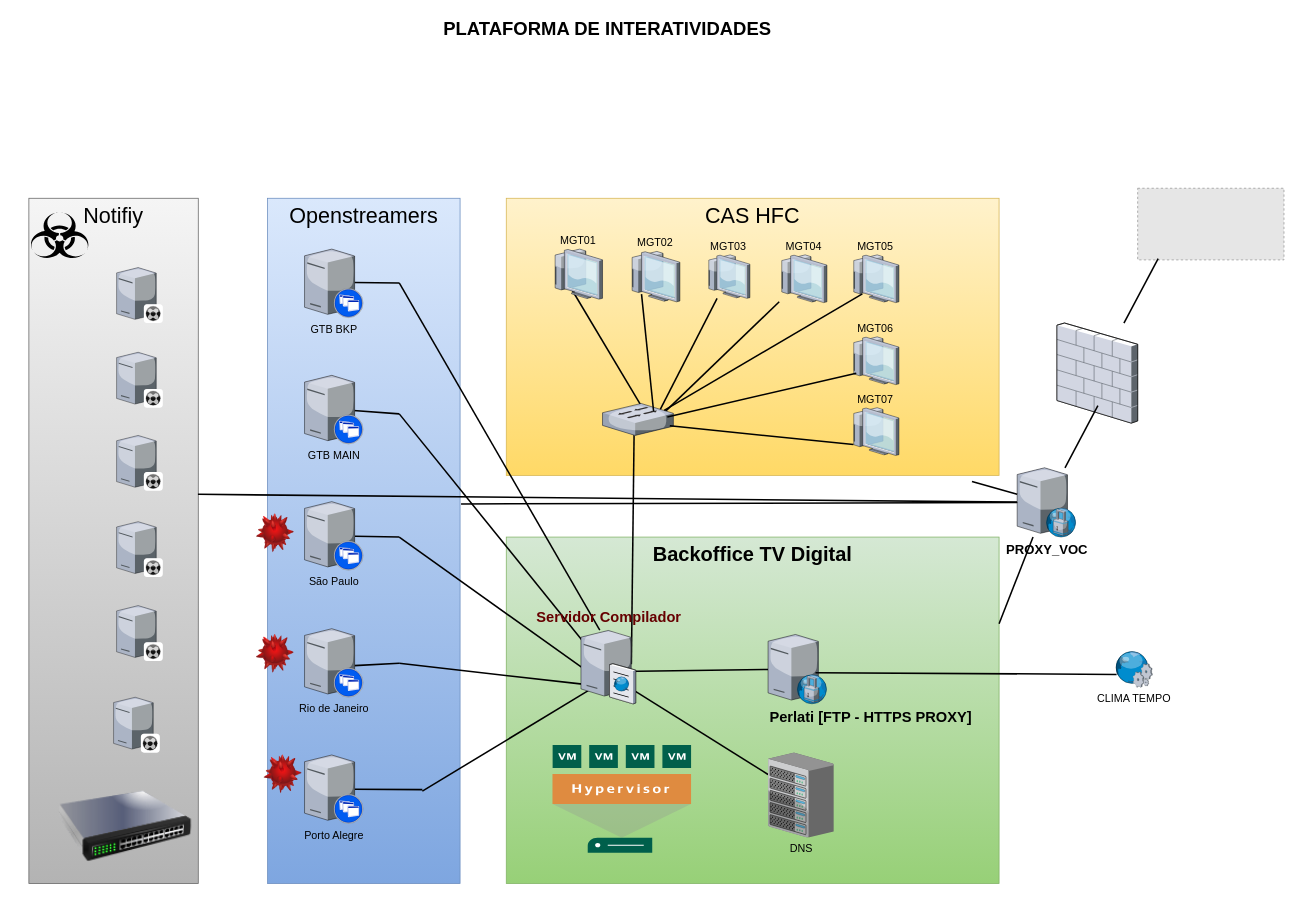
Before: Diagrama sem Interatividades.drawio in eloyx3x/Diagramas, a draw.io diagram. Source tidied: cells renumbered, new cells numbered last; positions are measured from the earlier drawing's top-left corner, leaving out a move shared by most shapes. Both pictures are drawn from the tidied source at 77%, with x=0, y=0 at pixel (28, 13). Pictures stored in the file or linked from it are replaced by grey dashed boxes.
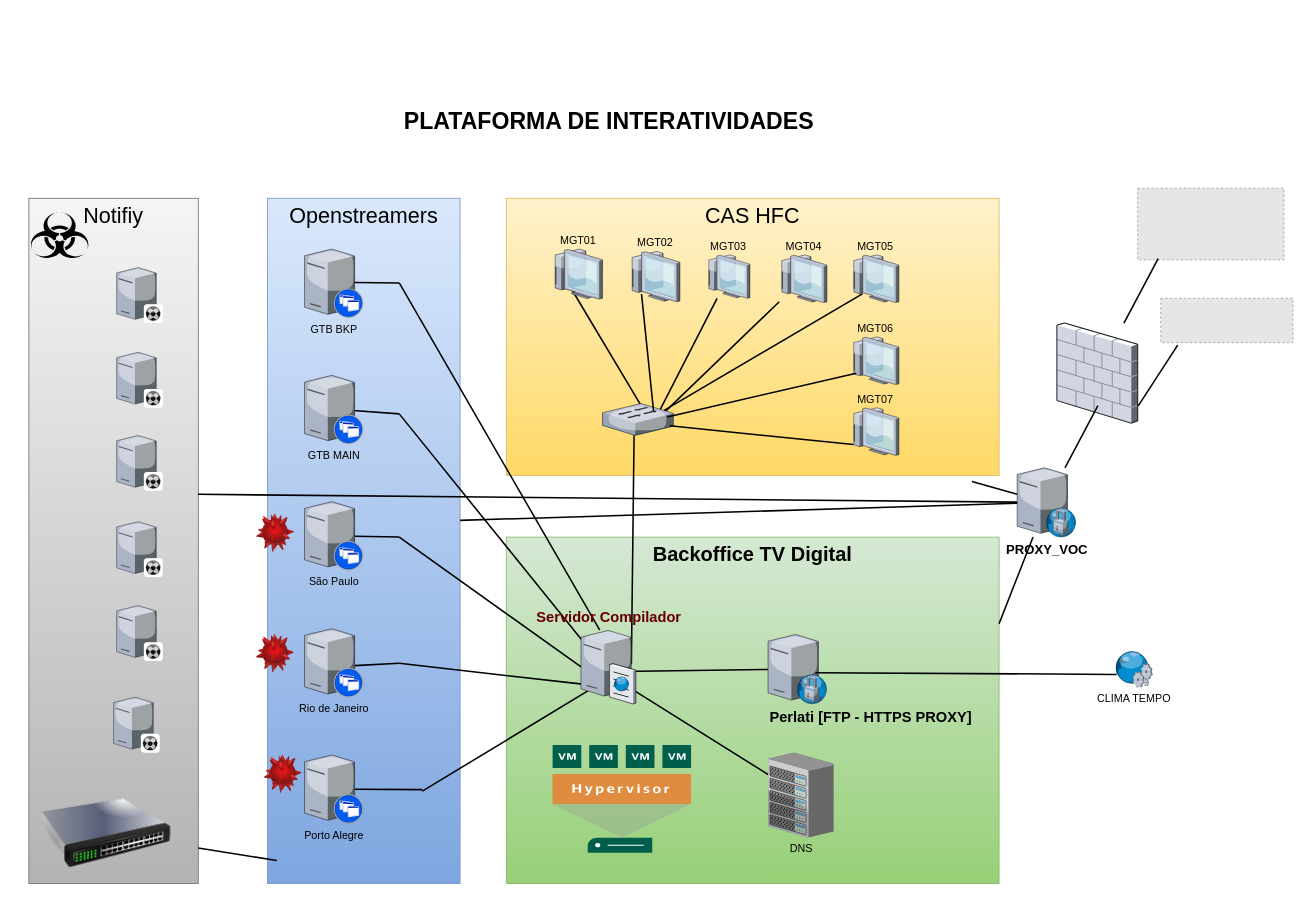
After the change.

Unchanged cells that the change refers to:
```xml
<mxCell id="4" value="&lt;font style=&quot;font-size: 28px;&quot;&gt;Openstreamers&lt;/font&gt;" style="whiteSpace=wrap;html=1;fontSize=14;strokeColor=#6c8ebf;verticalAlign=top;labelBackgroundColor=none;fillColor=#dae8fc;gradientColor=#7ea6e0;" parent="1" vertex="1">
  <mxGeometry x="310" y="240" width="250" height="890" as="geometry" />
</mxCell>
<mxCell id="51" style="verticalLabelPosition=bottom;html=1;verticalAlign=top;strokeColor=none;shape=mxgraph.citrix.firewall;fontSize=14;labelBackgroundColor=none;" parent="1" vertex="1">
  <mxGeometry x="1335.2" y="402" width="104.8" height="130" as="geometry" />
</mxCell>
<mxCell id="60" value="PROXY_VOC" style="verticalLabelPosition=bottom;sketch=0;html=1;verticalAlign=top;strokeColor=none;align=center;outlineConnect=0;shape=mxgraph.citrix.proxy_server;fontSize=17;fontStyle=1;" parent="1" vertex="1">
  <mxGeometry x="1283.5" y="590" width="76.5" height="90" as="geometry" />
</mxCell>
```

Change to the diagram source:
```diff
@@
-    <mxCell id="32" value="PLATAFORMA DE INTERATIVIDADES" style="text;strokeColor=none;fillColor=none;html=1;fontSize=24;fontStyle=1;verticalAlign=middle;align=center;labelBackgroundColor=none;" parent="1" vertex="1">
-      <mxGeometry x="320" width="861" height="40" as="geometry" />
+    <mxCell id="32" value="PLATAFORMA DE INTERATIVIDADES" style="text;strokeColor=none;fillColor=none;html=1;fontSize=30;fontStyle=1;verticalAlign=middle;align=center;labelBackgroundColor=none;" parent="1" vertex="1">
+      <mxGeometry x="322" y="120" width="861" height="40" as="geometry" />
     </mxCell>
@@
     <mxCell id="59" style="image;html=1;image=img/lib/clip_art/networking/Switch_128x128.png;" parent="1" vertex="1">
-      <mxGeometry x="20" y="1010" width="209.9" height="92" as="geometry" />
+      <mxGeometry x="-20" y="1020" width="240" height="90" as="geometry" />
     </mxCell>
@@
-    <mxCell id="64" style="edgeStyle=none;rounded=0;html=1;startSize=10;endSize=10;jettySize=auto;fontSize=14;endArrow=none;endFill=0;strokeWidth=2;exitX=1.005;exitY=0.446;exitDx=0;exitDy=0;exitPerimeter=0;labelBackgroundColor=none;fontColor=default;" parent="1" edge="1" source="4" target="60">
+    <mxCell id="64" style="edgeStyle=none;rounded=0;html=1;startSize=10;endSize=10;jettySize=auto;fontSize=14;endArrow=none;endFill=0;strokeWidth=2;exitX=1;exitY=0.47;exitDx=0;exitDy=0;exitPerimeter=0;labelBackgroundColor=none;fontColor=default;" parent="1" edge="1" source="4" target="60">
       <mxGeometry relative="1" as="geometry" />
     </mxCell>
@@
+    <mxCell id="66" style="fillColor=#E6E6E6;strokeColor=#999999;dashed=1;verticalLabelPosition=bottom;labelBackgroundColor=default;verticalAlign=top;" parent="1" vertex="1">
+      <mxGeometry x="1470" y="370" width="171.7" height="57.5" as="geometry" />
+    </mxCell>
+    <mxCell id="67" style="edgeStyle=none;rounded=0;html=1;startSize=10;endSize=10;jettySize=auto;fontSize=14;endArrow=none;endFill=0;strokeWidth=2;labelBackgroundColor=none;fontColor=default;exitX=1.007;exitY=0.827;exitDx=0;exitDy=0;exitPerimeter=0;entryX=0.128;entryY=1.057;entryDx=0;entryDy=0;entryPerimeter=0;" parent="1" edge="1" source="51" target="66">
+      <mxGeometry relative="1" as="geometry" />
+    </mxCell>
+    <mxCell id="68" style="edgeStyle=none;rounded=0;html=1;startSize=10;endSize=10;jettySize=auto;fontSize=14;endArrow=none;endFill=0;strokeWidth=2;labelBackgroundColor=none;fontColor=default;" parent="1" edge="1" target="59">
+      <mxGeometry relative="1" as="geometry">
+        <mxPoint x="322" y="1100" as="sourcePoint" />
+      </mxGeometry>
+    </mxCell>
```
